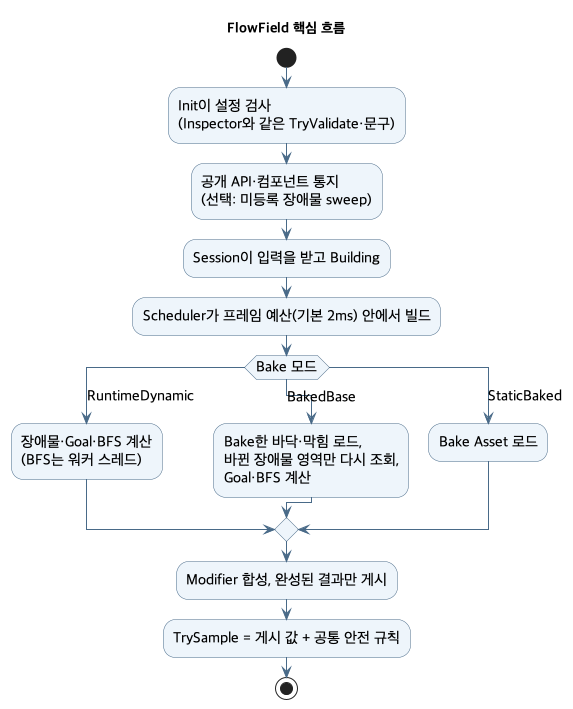
Above: ToyProject/Assets/_FlowField/Docs/Images/flowfield-uml.png in youwonsock/tool-unity-editor (PlantUML), before the change.
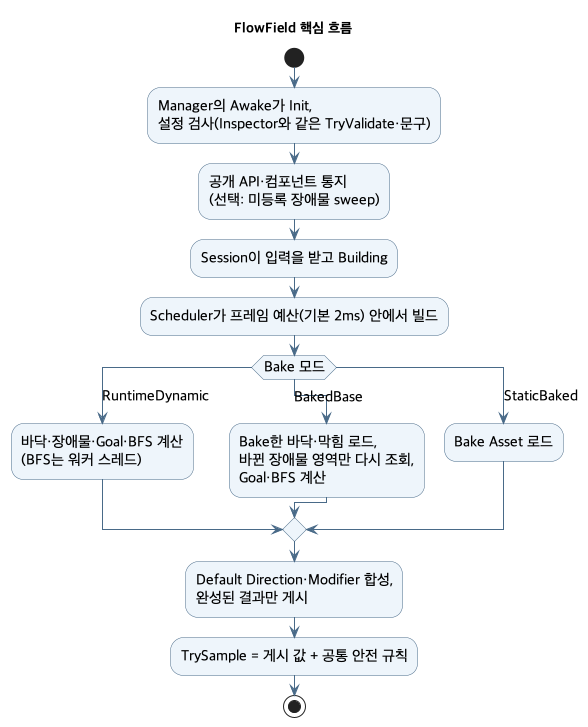
The same diagram one commit later.

Diff of the diagram source:
```diff
@@ -10,19 +10,19 @@
 title FlowField 핵심 흐름
 
 start
-:Init이 설정 검사\n(Inspector와 같은 TryValidate·문구);
+:Manager의 Awake가 Init,\n설정 검사(Inspector와 같은 TryValidate·문구);
 :공개 API·컴포넌트 통지\n(선택: 미등록 장애물 sweep);
 :Session이 입력을 받고 Building;
 :Scheduler가 프레임 예산(기본 2ms) 안에서 빌드;
 switch (Bake 모드)
 case (RuntimeDynamic)
-  :장애물·Goal·BFS 계산\n(BFS는 워커 스레드);
+  :바닥·장애물·Goal·BFS 계산\n(BFS는 워커 스레드);
 case (BakedBase)
   :Bake한 바닥·막힘 로드,\n바뀐 장애물 영역만 다시 조회,\nGoal·BFS 계산;
 case (StaticBaked)
   :Bake Asset 로드;
 endswitch
-:Modifier 합성, 완성된 결과만 게시;
+:Default Direction·Modifier 합성,\n완성된 결과만 게시;
 :TrySample = 게시 값 + 공통 안전 규칙;
 stop
 @enduml
```
